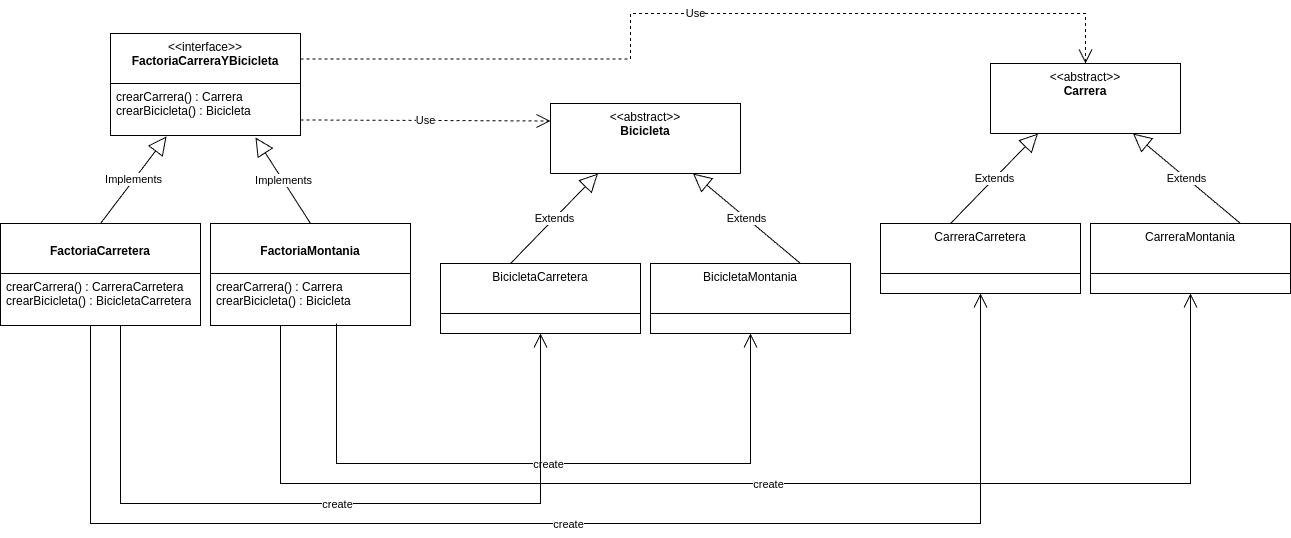
This is PR1/img/ej1_sin_hebras.png from JuanmiAcosta/Desarrollo_De_Software, a draw.io export, as it was before one commit. Source tidied: cells renumbered, new cells last; positions are measured from the earlier drawing's top-left corner, leaving out a move shared by most shapes.
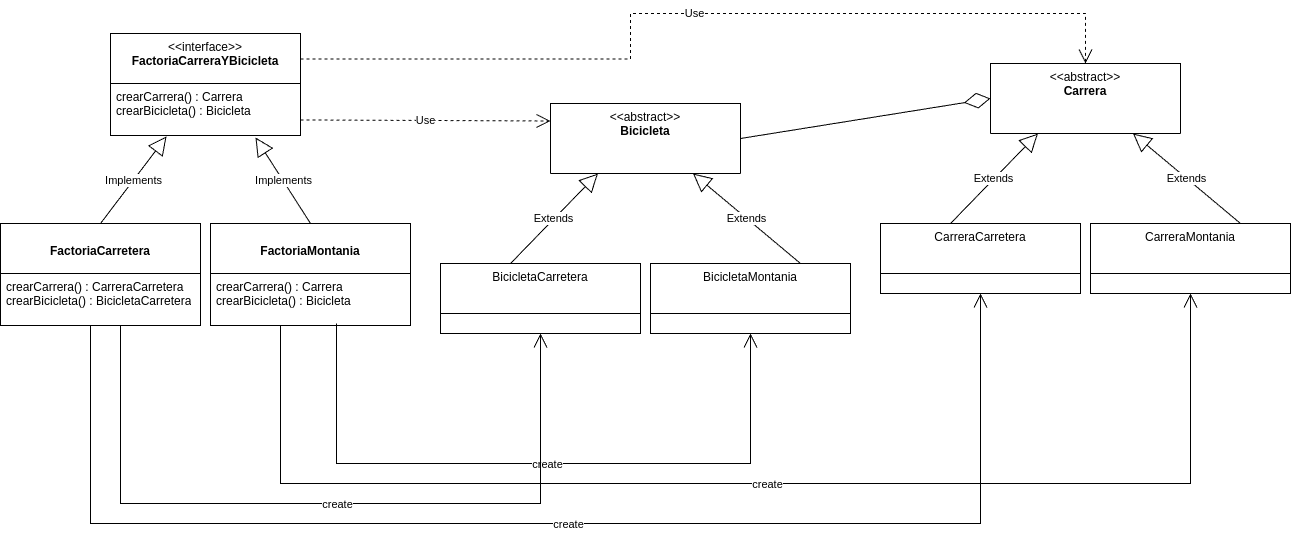
Later version of the same file.

Change to the diagram source:
```diff
@@ -128,5 +128,8 @@
         </Array>
       </mxGeometry>
     </mxCell>
+    <mxCell id="30" style="endArrow=diamondThin;endFill=0;endSize=24;html=1;rounded=0;entryX=0;entryY=0.5;entryDx=0;entryDy=0;exitX=1;exitY=0.5;exitDx=0;exitDy=0;" parent="1" edge="1" source="8" target="16">
+      <mxGeometry relative="1" as="geometry" />
+    </mxCell>
   </root>
 </mxGraphModel>
```
